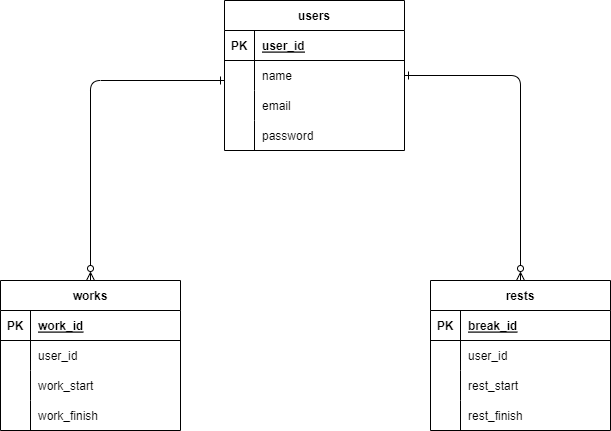
Earlier version of the draw.io export timestamp.drawio.png (nakagawa1573/images). Source tidied: cells renumbered, new cells last; positions are measured from the earlier drawing's top-left corner, leaving out a move shared by most shapes.
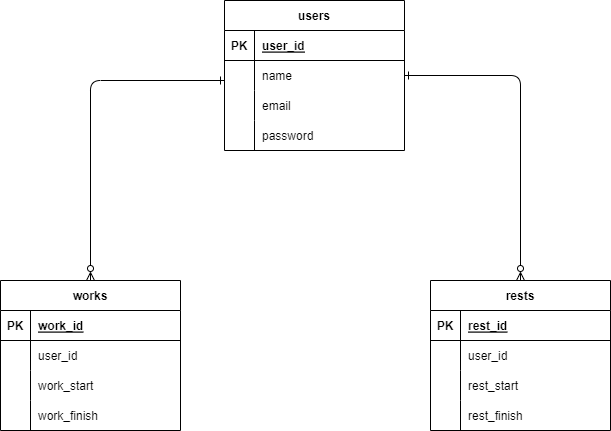
The same file after the commit.

The edit, as a diff of the source:
```diff
@@ -89,7 +89,7 @@
     <mxCell id="30" value="PK" style="shape=partialRectangle;fillColor=none;top=0;left=0;bottom=0;right=0;fontStyle=1;overflow=hidden;" parent="29" vertex="1">
       <mxGeometry width="30" height="30" as="geometry" />
     </mxCell>
-    <mxCell id="31" value="break_id" style="shape=partialRectangle;fillColor=none;top=0;left=0;bottom=0;right=0;align=left;spacingLeft=6;fontStyle=5;overflow=hidden;" parent="29" vertex="1">
+    <mxCell id="31" value="rest_id" style="shape=partialRectangle;fillColor=none;top=0;left=0;bottom=0;right=0;align=left;spacingLeft=6;fontStyle=5;overflow=hidden;" parent="29" vertex="1">
       <mxGeometry x="30" width="150" height="30" as="geometry" />
     </mxCell>
     <mxCell id="32" style="shape=tableRow;horizontal=0;startSize=0;swimlaneHead=0;swimlaneBody=0;fillColor=none;top=0;left=0;right=0;bottom=0;" parent="28" vertex="1">
```
